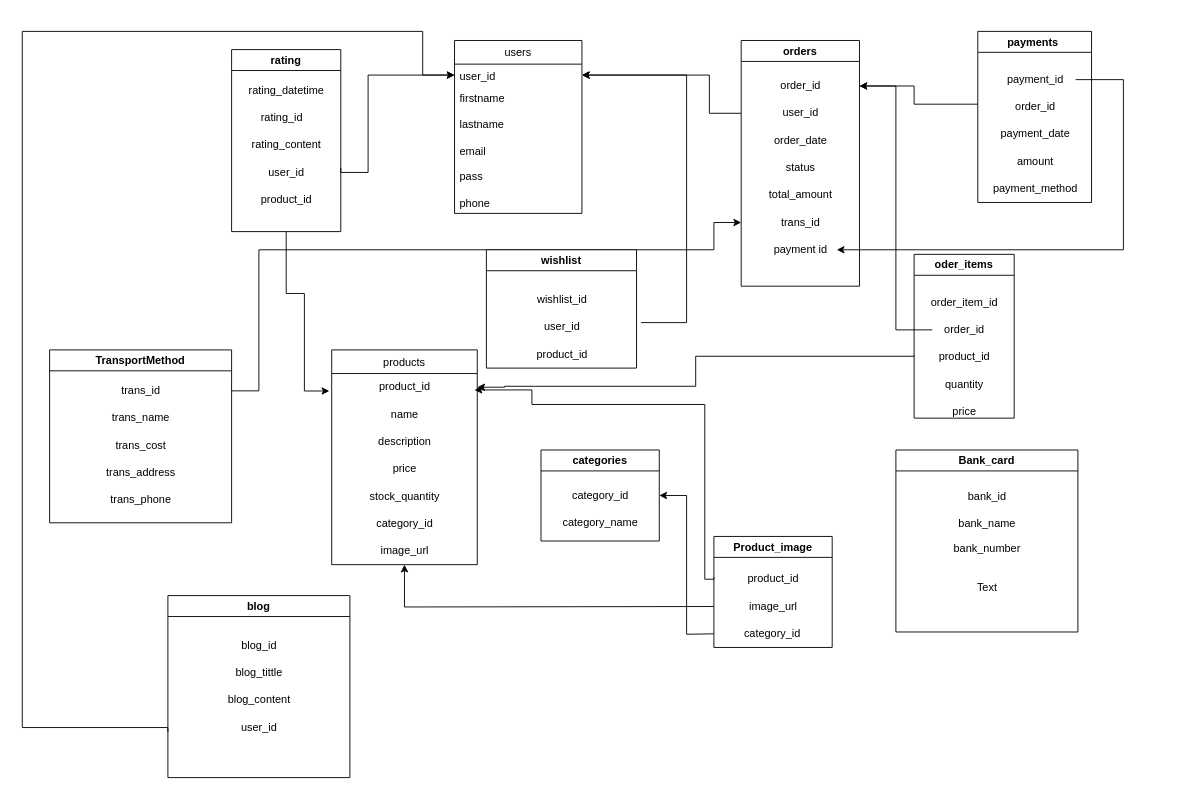
The draw.io diagram Biểu đồ không có tiêu đề.drawio in xuancxh/IE104, before the edit. Source tidied: cells renumbered, new cells numbered last; positions are measured from the earlier drawing's top-left corner, leaving out a move shared by most shapes. Both pictures are drawn from the tidied source at 91%, with x=0, y=0 at pixel (22, 31).
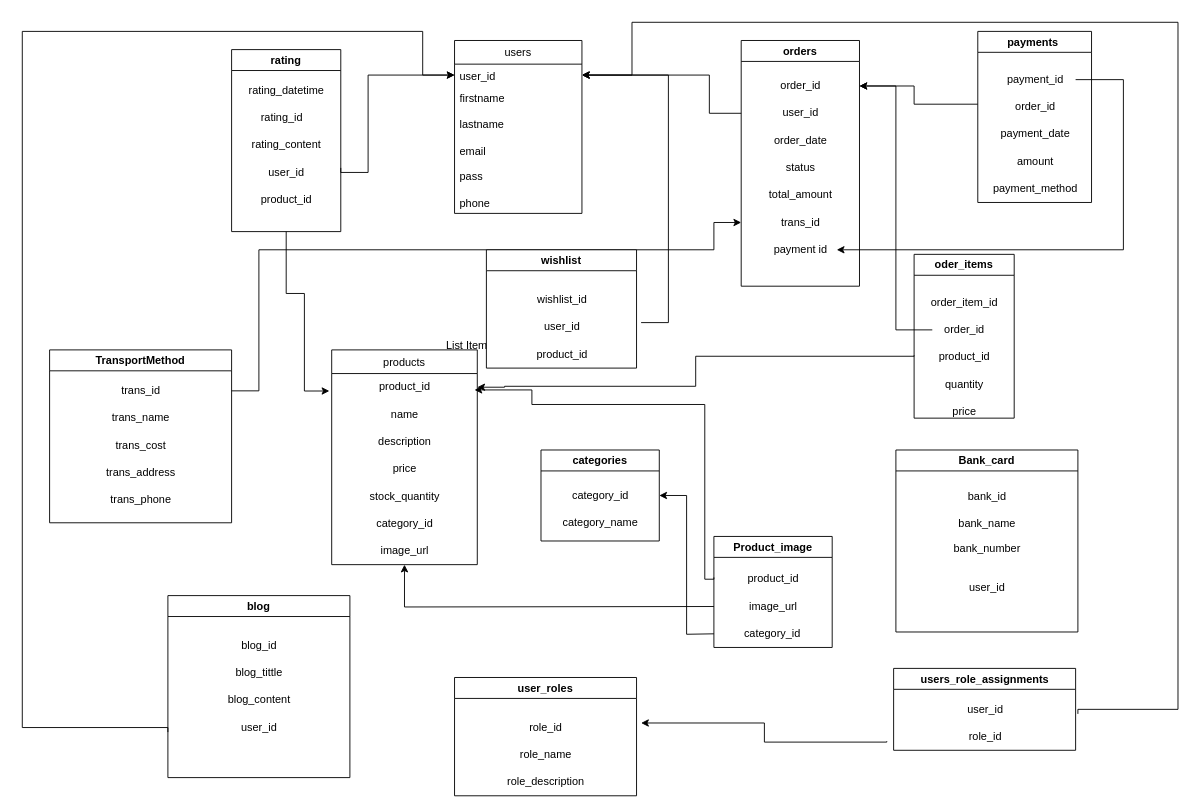
The same diagram, later.

Commit message:
Cập nhật Biểu đồ không có tiêu đề.drawio

Unchanged cells that the change refers to:
```xml
<mxCell id="11" value="&lt;font style=&quot;font-size: 12px;&quot;&gt;user_id&lt;/font&gt;&lt;div&gt;&lt;font style=&quot;font-size: 12px;&quot;&gt;&lt;br&gt;&lt;/font&gt;&lt;/div&gt;" style="text;strokeColor=none;fillColor=none;align=left;verticalAlign=top;spacingLeft=4;spacingRight=4;overflow=hidden;points=[[0,0.5],[1,0.5]];portConstraint=eastwest;whiteSpace=wrap;html=1;" parent="10" vertex="1">
  <mxGeometry y="26" width="140" height="24" as="geometry" />
</mxCell>
<mxCell id="63" value="Bank_card" style="swimlane;whiteSpace=wrap;html=1;" parent="1" vertex="1">
  <mxGeometry x="960" y="460" width="200" height="200" as="geometry" />
</mxCell>
```

The edit, as a diff of the source:
```diff
@@
-    <mxCell id="67" value="Text" style="text;html=1;align=center;verticalAlign=middle;strokeColor=none;fillColor=none;" parent="63" vertex="1">
-      <mxGeometry x="75" y="136" width="50" height="30" as="geometry" />
-    </mxCell>
+    <mxCell id="79" value="user_id" style="text;html=1;align=center;verticalAlign=middle;strokeColor=none;fillColor=none;" parent="63" vertex="1">
+      <mxGeometry x="70" y="136" width="60" height="30" as="geometry" />
+    </mxCell>
@@
     <mxCell id="78" style="edgeStyle=orthogonalEdgeStyle;rounded=0;jettySize=auto;html=1;entryX=1;entryY=0.5;entryDx=0;entryDy=0;" parent="1" edge="1" target="11">
       <mxGeometry relative="1" as="geometry">
         <mxPoint x="680" y="320" as="sourcePoint" />
         <Array as="points">
-          <mxPoint x="730" y="320" />
-          <mxPoint x="730" y="48" />
+          <mxPoint x="710" y="320" />
+          <mxPoint x="710" y="48" />
         </Array>
       </mxGeometry>
     </mxCell>
+    <mxCell id="80" value="List Item" style="text;strokeColor=none;fillColor=none;align=left;verticalAlign=middle;spacingLeft=4;spacingRight=4;overflow=hidden;whiteSpace=wrap;html=1;" parent="1" vertex="1">
+      <mxGeometry x="460" y="330" width="80" height="30" as="geometry" />
+    </mxCell>
+    <mxCell id="81" value="user_roles" style="swimlane;whiteSpace=wrap;html=1;" parent="1" vertex="1">
+      <mxGeometry x="475" y="710" width="200" height="130" as="geometry" />
+    </mxCell>
+    <mxCell id="82" value="role_id" style="text;html=1;align=center;verticalAlign=middle;strokeColor=none;fillColor=none;" parent="81" vertex="1">
+      <mxGeometry x="70" y="40" width="60" height="30" as="geometry" />
+    </mxCell>
+    <mxCell id="83" value="role_name" style="text;html=1;align=center;verticalAlign=middle;strokeColor=none;fillColor=none;" parent="81" vertex="1">
+      <mxGeometry x="60" y="70" width="80" height="30" as="geometry" />
+    </mxCell>
+    <mxCell id="84" value="role_description" style="text;html=1;align=center;verticalAlign=middle;strokeColor=none;fillColor=none;" parent="81" vertex="1">
+      <mxGeometry x="45" y="100" width="110" height="30" as="geometry" />
+    </mxCell>
+    <mxCell id="85" value="users_role_assignments" style="swimlane;whiteSpace=wrap;html=1;" parent="1" vertex="1">
+      <mxGeometry x="957.5" y="700" width="200" height="90" as="geometry" />
+    </mxCell>
+    <mxCell id="86" style="edgeStyle=orthogonalEdgeStyle;rounded=0;orthogonalLoop=1;jettySize=auto;html=1;" parent="85" edge="1">
+      <mxGeometry relative="1" as="geometry">
+        <mxPoint x="-7.5" y="80" as="sourcePoint" />
+        <mxPoint x="-277.5" y="60" as="targetPoint" />
+        <Array as="points">
+          <mxPoint x="-7" y="81" />
+          <mxPoint x="-142" y="81" />
+          <mxPoint x="-142" y="60" />
+        </Array>
+      </mxGeometry>
+    </mxCell>
+    <mxCell id="87" value="role_id" style="text;html=1;align=center;verticalAlign=middle;strokeColor=none;fillColor=none;" parent="85" vertex="1">
+      <mxGeometry x="70" y="60" width="60" height="30" as="geometry" />
+    </mxCell>
+    <mxCell id="88" value="user_id" style="text;html=1;align=center;verticalAlign=middle;strokeColor=none;fillColor=none;" parent="85" vertex="1">
+      <mxGeometry x="70" y="30" width="60" height="30" as="geometry" />
+    </mxCell>
+    <mxCell id="89" style="edgeStyle=orthogonalEdgeStyle;rounded=0;jettySize=auto;html=1;" parent="1" edge="1" target="11">
+      <mxGeometry relative="1" as="geometry">
+        <mxPoint x="1160" y="750" as="sourcePoint" />
+        <Array as="points">
+          <mxPoint x="1270" y="745" />
+          <mxPoint x="1270" y="-10" />
+          <mxPoint x="670" y="-10" />
+          <mxPoint x="670" y="48" />
+        </Array>
+      </mxGeometry>
+    </mxCell>
```
